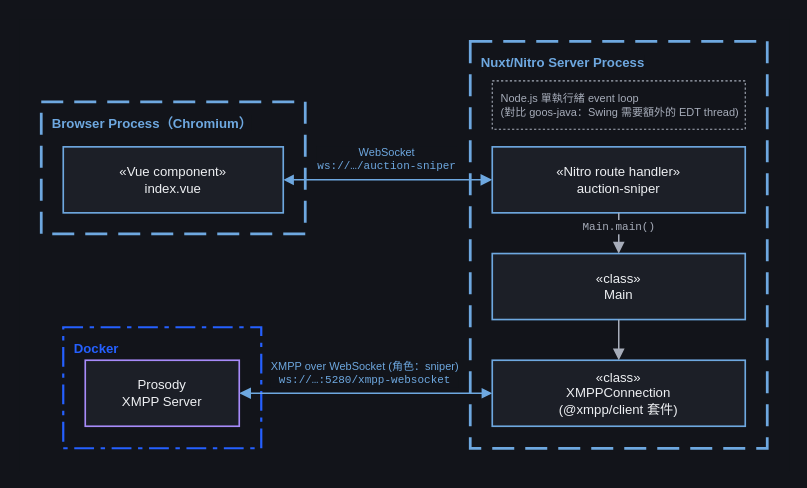
This is page "goos-ts production 架構" (1 of 4) of docs/diagrams/goos-architecture.drawio from titangene/goos-ts, a draw.io file, before an edit. Source tidied: cells renumbered, new cells numbered last; positions are measured from the earlier drawing's top-left corner, leaving out a move shared by most shapes. Both pictures are drawn from the tidied source at 110%, with x=0, y=0 at pixel (19, 19).
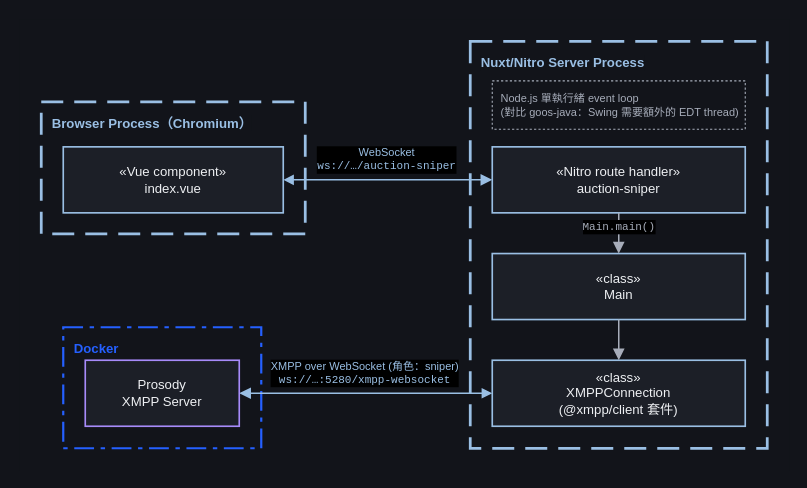
The same page after the edit.

Diff of the diagram source:
```diff
@@
-<mxGraphModel background="#12141a">
+<mxGraphModel background="light-dark(#12141a,#12141a)">
   <root>
     <mxCell id="0" />
     <mxCell id="1" parent="0" />
-    <mxCell id="2" style="rounded=0;whiteSpace=wrap;html=1;fillColor=#12141a;strokeColor=none;" parent="1" vertex="1">
+    <mxCell id="2" style="rounded=0;whiteSpace=wrap;html=1;fillColor=light-dark(#12141A,#000000);strokeColor=none;" parent="1" vertex="1">
       <mxGeometry width="700" height="410" as="geometry" />
     </mxCell>
-    <mxCell id="3" value="Browser Process（Chromium）" style="rounded=0;whiteSpace=wrap;html=1;fillColor=none;strokeColor=#6ea8e0;dashPattern=8 4;dashed=1;strokeWidth=2.5;verticalAlign=top;align=left;fontColor=#6ea8e0;fontSize=12;fontStyle=1;fontFamily=Helvetica;spacingLeft=8;spacingTop=6;labelBackgroundColor=#12141a;" parent="1" vertex="1">
+    <mxCell id="3" value="Browser Process（Chromium）" style="rounded=0;whiteSpace=wrap;html=1;fillColor=none;strokeColor=light-dark(#9abfe4,#9abfe4);dashPattern=8 4;dashed=1;strokeWidth=2.5;verticalAlign=top;align=left;fontColor=light-dark(#9abfe4,#9abfe4);fontSize=12;fontStyle=1;fontFamily=Helvetica;spacingLeft=8;spacingTop=6;labelBackgroundColor=light-dark(#12141a,#12141a);" parent="1" vertex="1">
       <mxGeometry x="20" y="75" width="240" height="120" as="geometry" />
     </mxCell>
-    <mxCell id="4" value="Nuxt/Nitro Server Process" style="rounded=0;whiteSpace=wrap;html=1;fillColor=none;strokeColor=#6ea8e0;dashPattern=8 4;dashed=1;strokeWidth=2.5;verticalAlign=top;align=left;fontColor=#6ea8e0;fontSize=12;fontStyle=1;fontFamily=Helvetica;spacingLeft=8;spacingTop=6;labelBackgroundColor=#12141a;" parent="1" vertex="1">
+    <mxCell id="4" value="Nuxt/Nitro Server Process" style="rounded=0;whiteSpace=wrap;html=1;fillColor=none;strokeColor=light-dark(#9abfe4,#9abfe4);dashPattern=8 4;dashed=1;strokeWidth=2.5;verticalAlign=top;align=left;fontColor=light-dark(#9abfe4,#9abfe4);fontSize=12;fontStyle=1;fontFamily=Helvetica;spacingLeft=8;spacingTop=6;labelBackgroundColor=light-dark(#12141a,#12141a);" parent="1" vertex="1">
       <mxGeometry x="410" y="20" width="270" height="370" as="geometry" />
     </mxCell>
-    <mxCell id="5" value="Node.js 單執行緒 event loop&lt;br&gt;(對比 goos-java：Swing 需要額外的 EDT thread)" style="rounded=0;whiteSpace=wrap;html=1;fillColor=none;strokeColor=#a7adba;dashed=1;dashPattern=2 2;strokeWidth=1;fontColor=#a7adba;fontSize=10;fontFamily=Helvetica;align=left;verticalAlign=top;spacingLeft=6;spacingTop=4;" parent="1" vertex="1">
+    <mxCell id="5" value="Node.js 單執行緒 event loop&lt;br&gt;(對比 goos-java：Swing 需要額外的 EDT thread)" style="rounded=0;whiteSpace=wrap;html=1;fillColor=none;strokeColor=light-dark(#a7adba,#a7adba);dashed=1;dashPattern=2 2;strokeWidth=1;fontColor=light-dark(#a7adba,#a7adba);fontSize=10;fontFamily=Helvetica;align=left;verticalAlign=top;spacingLeft=6;spacingTop=4;" parent="1" vertex="1">
       <mxGeometry x="430" y="56" width="230" height="44" as="geometry" />
     </mxCell>
-    <mxCell id="6" value="«Vue component»&lt;br&gt;index.vue" style="rounded=0;whiteSpace=wrap;html=1;fillColor=#1c1f27;strokeColor=#6ea8e0;strokeWidth=1.5;fontColor=#eef0f3;fontSize=12;fontFamily=Helvetica;verticalAlign=middle;align=center;spacing=2;" parent="1" vertex="1">
+    <mxCell id="6" value="«Vue component»&lt;br&gt;index.vue" style="rounded=0;whiteSpace=wrap;html=1;fillColor=light-dark(#1c1f27,#1c1f27);strokeColor=light-dark(#9abfe4,#9abfe4);strokeWidth=1.5;fontColor=light-dark(#eef0f3,#eef0f3);fontSize=12;fontFamily=Helvetica;verticalAlign=middle;align=center;spacing=2;" parent="1" vertex="1">
       <mxGeometry x="40" y="116" width="200" height="60" as="geometry" />
     </mxCell>
-    <mxCell id="7" value="«Nitro route handler»&lt;br&gt;auction-sniper" style="rounded=0;whiteSpace=wrap;html=1;fillColor=#1c1f27;strokeColor=#6ea8e0;strokeWidth=1.5;fontColor=#eef0f3;fontSize=12;fontFamily=Helvetica;verticalAlign=middle;align=center;spacing=2;" parent="1" vertex="1">
+    <mxCell id="7" value="«Nitro route handler»&lt;br&gt;auction-sniper" style="rounded=0;whiteSpace=wrap;html=1;fillColor=light-dark(#1c1f27,#1c1f27);strokeColor=light-dark(#9abfe4,#9abfe4);strokeWidth=1.5;fontColor=light-dark(#eef0f3,#eef0f3);fontSize=12;fontFamily=Helvetica;verticalAlign=middle;align=center;spacing=2;" parent="1" vertex="1">
       <mxGeometry x="430" y="116" width="230" height="60" as="geometry" />
     </mxCell>
-    <mxCell id="8" value="«class»&lt;br&gt;Main" style="rounded=0;whiteSpace=wrap;html=1;fillColor=#1c1f27;strokeColor=#6ea8e0;strokeWidth=1.5;fontColor=#eef0f3;fontSize=12;fontFamily=Helvetica;verticalAlign=middle;align=center;spacing=2;" parent="1" vertex="1">
+    <mxCell id="8" value="«class»&lt;br&gt;Main" style="rounded=0;whiteSpace=wrap;html=1;fillColor=light-dark(#1c1f27,#1c1f27);strokeColor=light-dark(#9abfe4,#9abfe4);strokeWidth=1.5;fontColor=light-dark(#eef0f3,#eef0f3);fontSize=12;fontFamily=Helvetica;verticalAlign=middle;align=center;spacing=2;" parent="1" vertex="1">
       <mxGeometry x="430" y="213" width="230" height="60" as="geometry" />
     </mxCell>
-    <mxCell id="9" value="«class»&lt;br&gt;XMPPConnection&lt;br&gt;(@xmpp/client 套件)" style="rounded=0;whiteSpace=wrap;html=1;fillColor=#1c1f27;strokeColor=#6ea8e0;strokeWidth=1.5;fontColor=#eef0f3;fontSize=12;fontFamily=Helvetica;verticalAlign=middle;align=center;spacing=2;" parent="1" vertex="1">
+    <mxCell id="9" value="«class»&lt;br&gt;XMPPConnection&lt;br&gt;(@xmpp/client 套件)" style="rounded=0;whiteSpace=wrap;html=1;fillColor=light-dark(#1c1f27,#1c1f27);strokeColor=light-dark(#9abfe4,#9abfe4);strokeWidth=1.5;fontColor=light-dark(#eef0f3,#eef0f3);fontSize=12;fontFamily=Helvetica;verticalAlign=middle;align=center;spacing=2;" parent="1" vertex="1">
       <mxGeometry x="430" y="310" width="230" height="60" as="geometry" />
     </mxCell>
-    <mxCell id="10" value="Docker" style="rounded=0;whiteSpace=wrap;html=1;fillColor=none;strokeColor=#2560ff;dashPattern=9 3 2 3;dashed=1;strokeWidth=2;verticalAlign=top;align=left;fontColor=#2560ff;fontSize=12;fontStyle=1;fontFamily=Helvetica;spacingLeft=8;spacingTop=6;labelBackgroundColor=#12141a;" parent="1" vertex="1">
+    <mxCell id="10" value="Docker" style="rounded=0;whiteSpace=wrap;html=1;fillColor=none;strokeColor=light-dark(#2560ff,#2560ff);dashPattern=9 3 2 3;dashed=1;strokeWidth=2;verticalAlign=top;align=left;fontColor=light-dark(#2560ff,#2560ff);fontSize=12;fontStyle=1;fontFamily=Helvetica;spacingLeft=8;spacingTop=6;labelBackgroundColor=light-dark(#12141a,#12141a);" parent="1" vertex="1">
       <mxGeometry x="40" y="280" width="180" height="110" as="geometry" />
     </mxCell>
-    <mxCell id="11" value="Prosody&lt;br&gt;XMPP Server" style="rounded=0;whiteSpace=wrap;html=1;fillColor=#1c1f27;strokeColor=#a78bfa;strokeWidth=1.5;fontColor=#eef0f3;fontSize=12;fontFamily=Helvetica;verticalAlign=middle;align=center;spacing=2;" parent="1" vertex="1">
+    <mxCell id="11" value="Prosody&lt;br&gt;XMPP Server" style="rounded=0;whiteSpace=wrap;html=1;fillColor=light-dark(#1c1f27,#1c1f27);strokeColor=light-dark(#a78bfa,#a78bfa);strokeWidth=1.5;fontColor=light-dark(#eef0f3,#eef0f3);fontSize=12;fontFamily=Helvetica;verticalAlign=middle;align=center;spacing=2;" parent="1" vertex="1">
       <mxGeometry x="60" y="310" width="140" height="60" as="geometry" />
     </mxCell>
-    <mxCell id="12" value="WebSocket&lt;br&gt;&lt;font face=&quot;Cascadia Code, monospace&quot;&gt;ws://…/auction-sniper&lt;/font&gt;" style="html=1;endArrow=block;endFill=1;endSize=7;strokeColor=#6ea8e0;strokeWidth=1.4;fontColor=#6ea8e0;fontSize=10;fontFamily=Helvetica;labelBackgroundColor=#12141a;rounded=0;exitX=1;exitY=0.5;exitDx=0;exitDy=0;entryX=0;entryY=0.5;entryDx=0;entryDy=0;startArrow=block;startFill=1;" parent="1" edge="1" source="6" target="7">
+    <mxCell id="12" value="WebSocket&lt;br&gt;&lt;font face=&quot;Cascadia Code, monospace&quot;&gt;ws://…/auction-sniper&lt;/font&gt;" style="html=1;endArrow=block;endFill=1;endSize=7;strokeColor=light-dark(#9abfe4,#9abfe4);strokeWidth=1.4;fontColor=light-dark(#9abfe4,#9abfe4);fontSize=10;fontFamily=Helvetica;labelBackgroundColor=light-dark(#000000,#000000);rounded=0;exitX=1;exitY=0.5;exitDx=0;exitDy=0;entryX=0;entryY=0.5;entryDx=0;entryDy=0;startArrow=block;startFill=1;" parent="1" edge="1" source="6" target="7">
       <mxGeometry x="-0.01" y="18" relative="1" as="geometry" />
     </mxCell>
-    <mxCell id="13" value="&lt;font face=&quot;Cascadia Code, monospace&quot;&gt;Main.main()&lt;/font&gt;" style="html=1;endArrow=block;endFill=1;endSize=7;strokeColor=#a7adba;strokeWidth=1.4;fontColor=#a7adba;fontSize=10;fontFamily=Helvetica;labelBackgroundColor=#12141a;rounded=0;" parent="1" edge="1" source="7" target="8">
+    <mxCell id="13" value="&lt;font face=&quot;Cascadia Code, monospace&quot;&gt;Main.main()&lt;/font&gt;" style="html=1;endArrow=block;endFill=1;endSize=7;strokeColor=light-dark(#a7adba,#a7adba);strokeWidth=1.4;fontColor=light-dark(#a7adba,#a7adba);fontSize=10;fontFamily=Helvetica;labelBackgroundColor=light-dark(#000000,#000000);rounded=0;" parent="1" edge="1" source="7" target="8">
       <mxGeometry x="-0.32" relative="1" as="geometry" />
     </mxCell>
-    <mxCell id="14" style="html=1;endArrow=block;endFill=1;endSize=7;strokeColor=#a7adba;strokeWidth=1.4;fontColor=#a7adba;fontSize=10;fontFamily=Helvetica;labelBackgroundColor=#12141a;rounded=0;" parent="1" edge="1" source="8" target="9">
+    <mxCell id="14" style="html=1;endArrow=block;endFill=1;endSize=7;strokeColor=light-dark(#a7adba,#a7adba);strokeWidth=1.4;fontColor=light-dark(#a7adba,#a7adba);fontSize=10;fontFamily=Helvetica;labelBackgroundColor=light-dark(#000000,#000000);rounded=0;" parent="1" edge="1" source="8" target="9">
       <mxGeometry relative="1" as="geometry" />
     </mxCell>
-    <mxCell id="15" value="XMPP over WebSocket (角色：sniper)&lt;br&gt;&lt;font face=&quot;Cascadia Code, monospace&quot;&gt;ws://…:5280/xmpp-websocket&lt;/font&gt;" style="html=1;endArrow=block;endFill=1;endSize=7;strokeColor=#6ea8e0;strokeWidth=1.4;fontColor=#6ea8e0;fontSize=10;fontFamily=Helvetica;labelBackgroundColor=#12141a;rounded=0;exitX=0;exitY=0.5;exitDx=0;exitDy=0;entryX=1;entryY=0.5;entryDx=0;entryDy=0;startArrow=block;startFill=1;" parent="1" edge="1" source="9" target="11">
+    <mxCell id="15" value="XMPP over WebSocket (角色：sniper)&lt;br&gt;&lt;font face=&quot;Cascadia Code, monospace&quot;&gt;ws://…:5280/xmpp-websocket&lt;/font&gt;" style="html=1;endArrow=block;endFill=1;endSize=7;strokeColor=light-dark(#9abfe4,#9abfe4);strokeWidth=1.4;fontColor=light-dark(#9abfe4,#9abfe4);fontSize=10;fontFamily=Helvetica;labelBackgroundColor=light-dark(#000000,#000000);rounded=0;exitX=0;exitY=0.5;exitDx=0;exitDy=0;entryX=1;entryY=0.5;entryDx=0;entryDy=0;startArrow=block;startFill=1;" parent="1" edge="1" source="9" target="11">
       <mxGeometry x="0.01" y="-18" relative="1" as="geometry" />
     </mxCell>
   </root>
 </mxGraphModel>
```
